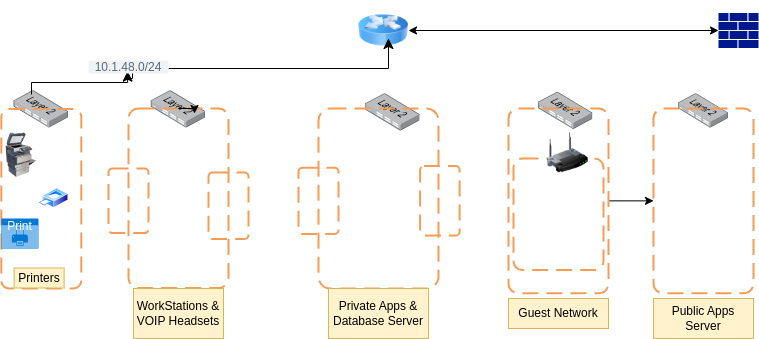
The draw.io diagram secured_network_topology.drawio.png in MwarumbaH-5523/Secured_Networks_Topology, before a commit. Source tidied: cells renumbered, new cells last; positions are measured from the earlier drawing's top-left corner, leaving out a move shared by most shapes.
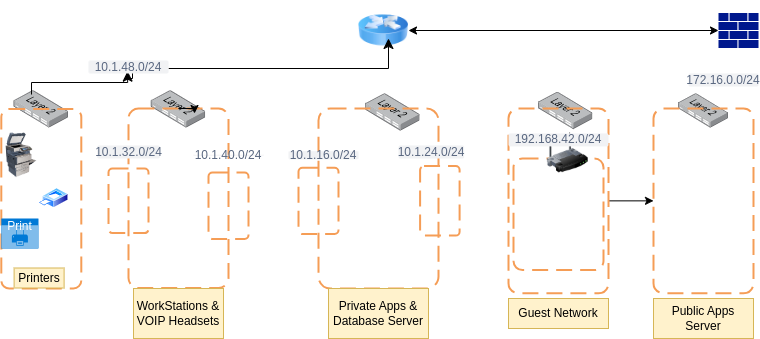
The same diagram one commit later.

What changed in the source:
```diff
@@ -109,5 +109,23 @@
     <mxCell id="34" value="Public Apps Server" style="text;html=1;strokeColor=#d6b656;fillColor=#fff2cc;align=center;verticalAlign=middle;whiteSpace=wrap;overflow=hidden;" parent="1" vertex="1">
       <mxGeometry x="652" y="298" width="100" height="40" as="geometry" />
     </mxCell>
+    <mxCell id="35" value="10.1.32.0/24" style="rounded=1;align=center;fillColor=#F1F2F4;strokeColor=none;html=1;whiteSpace=wrap;fontColor=#596780;fontSize=12;" parent="1" vertex="1">
+      <mxGeometry x="95.6" y="145" width="62.8" height="13" as="geometry" />
+    </mxCell>
+    <mxCell id="36" value="10.1.40.0/24" style="rounded=1;align=center;fillColor=#F1F2F4;strokeColor=none;html=1;whiteSpace=wrap;fontColor=#596780;fontSize=12;" parent="1" vertex="1">
+      <mxGeometry x="192" y="154.3" width="70" height="0.9" as="geometry" />
+    </mxCell>
+    <mxCell id="37" value="10.1.16.0/24" style="rounded=1;align=center;fillColor=#F1F2F4;strokeColor=none;html=1;whiteSpace=wrap;fontColor=#596780;fontSize=12;" parent="1" vertex="1">
+      <mxGeometry x="287" y="150.6" width="70" height="8.2" as="geometry" />
+    </mxCell>
+    <mxCell id="38" value="10.1.24.0/24" style="rounded=1;align=center;fillColor=#F1F2F4;strokeColor=none;html=1;whiteSpace=wrap;fontColor=#596780;fontSize=12;" parent="1" vertex="1">
+      <mxGeometry x="397" y="145" width="65.6" height="13" as="geometry" />
+    </mxCell>
+    <mxCell id="39" value="192.168.42.0/24" style="rounded=1;align=center;fillColor=#F1F2F4;strokeColor=none;html=1;whiteSpace=wrap;fontColor=#596780;fontSize=12;" parent="1" vertex="1">
+      <mxGeometry x="507" y="132.9" width="100" height="13" as="geometry" />
+    </mxCell>
+    <mxCell id="40" value="172.16.0.0/24" style="rounded=1;align=center;fillColor=#F1F2F4;strokeColor=none;html=1;whiteSpace=wrap;fontColor=#596780;fontSize=12;" parent="1" vertex="1">
+      <mxGeometry x="687" y="73" width="70" height="13" as="geometry" />
+    </mxCell>
   </root>
 </mxGraphModel>
```
